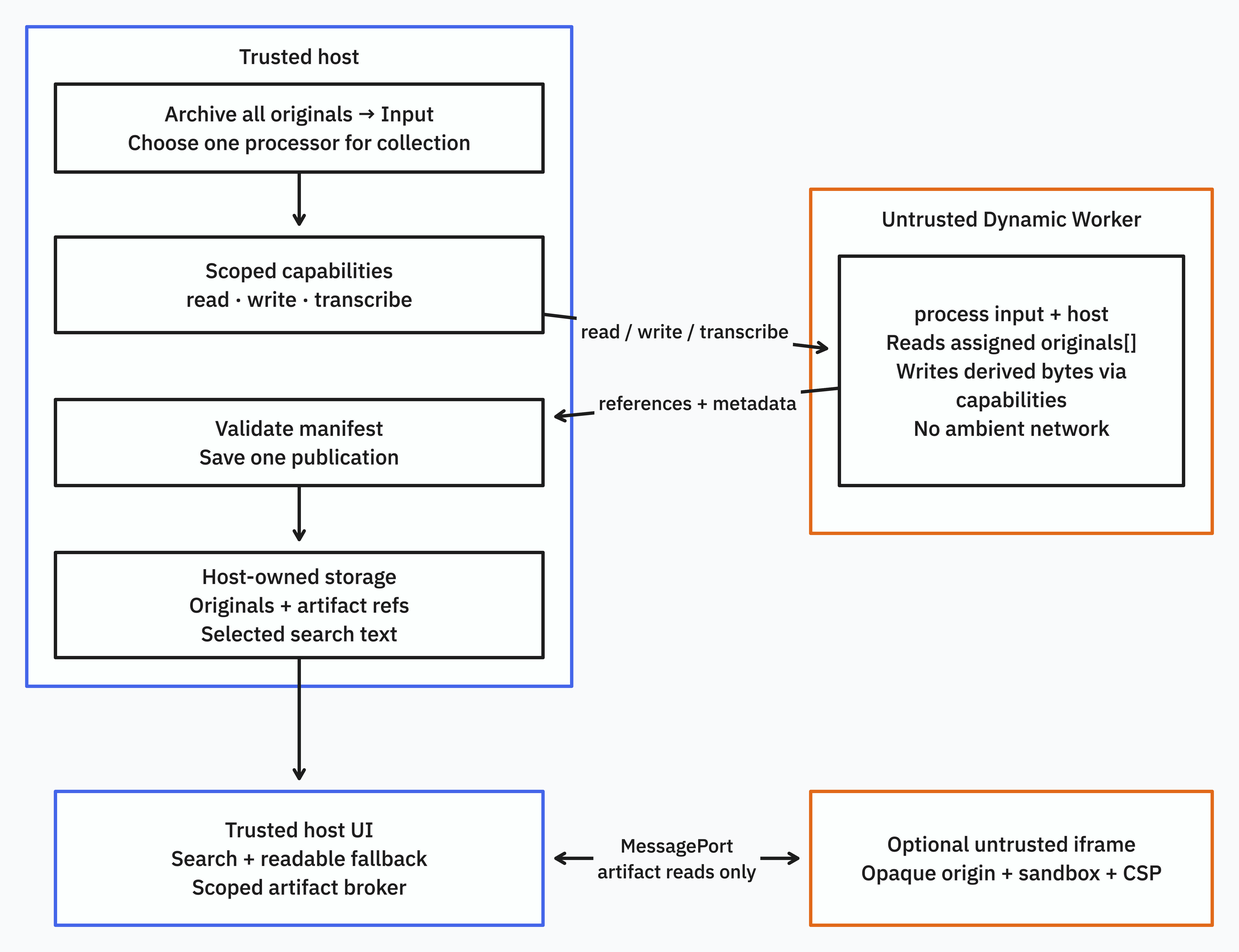
jmorrell/ubiquitous-carnival keeps this Mermaid diagram as docs/diagrams/authority-boundaries.png. Above is the earlier version. Its source is kept beside it as docs/diagrams/authority-boundaries.mmd.
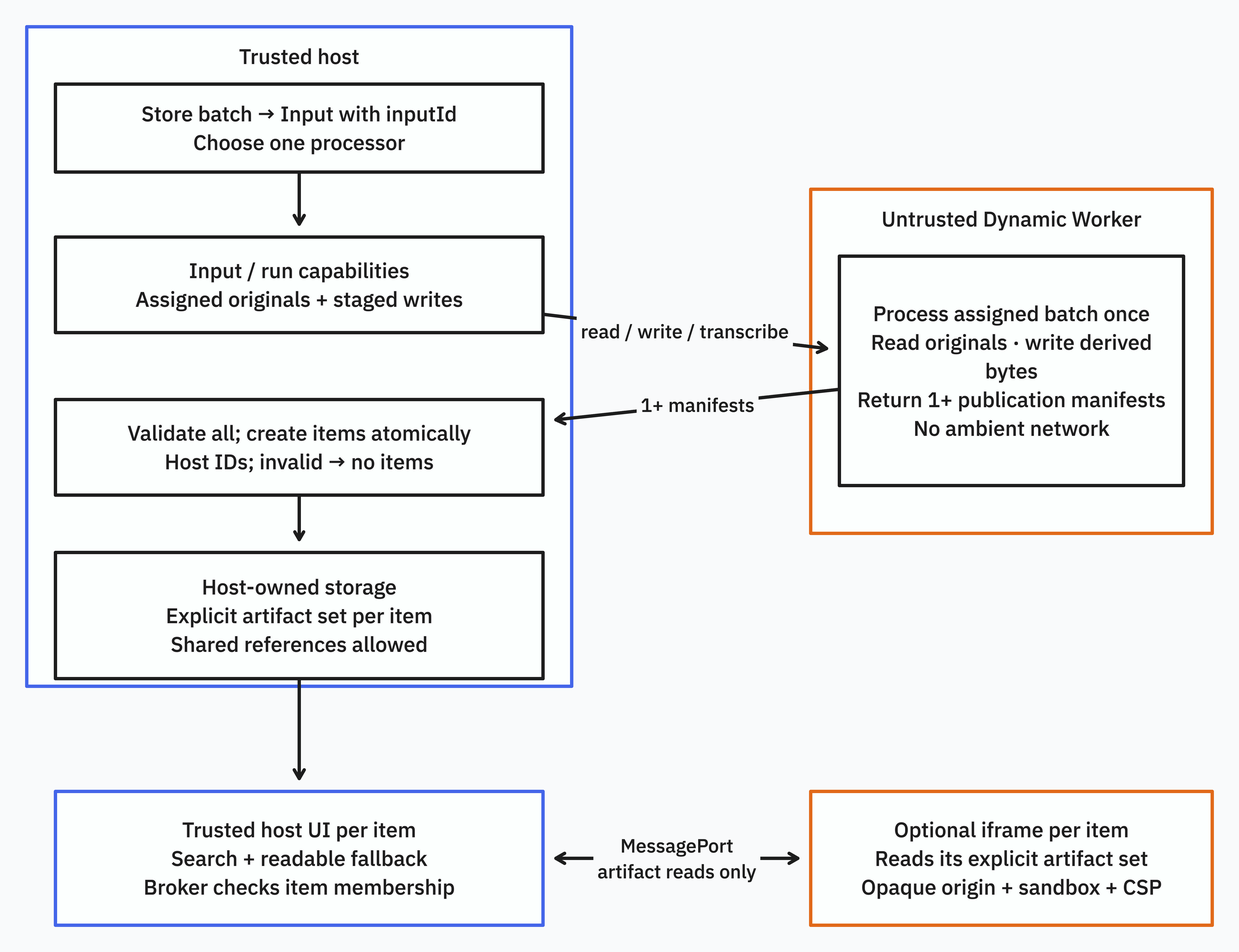
After the change.

What changed in the source:
```diff
@@ -3,23 +3,23 @@
     direction LR
     subgraph HOST[Trusted host]
       direction TB
-      A[Archive all originals → Input<br/>Choose one processor for collection]
-      C[Scoped capabilities<br/>read · write · transcribe]
-      V[Validate manifest<br/>Save one publication]
-      S[Host-owned storage<br/>Originals + artifact refs<br/>Selected search text]
+      A[Store batch → Input with inputId<br/>Choose one processor]
+      C[Input / run capabilities<br/>Assigned originals + staged writes]
+      V[Validate all; create items atomically<br/>Host IDs; invalid → no items]
+      S[Host-owned storage<br/>Explicit artifact set per item<br/>Shared references allowed]
       A --> C
       V --> S
     end
     subgraph WORKER[Untrusted Dynamic Worker]
-      P[process input + host<br/>Reads assigned originals array<br/>Writes derived bytes via capabilities<br/>No ambient network]
+      P[Process assigned batch once<br/>Read originals · write derived bytes<br/>Return 1+ publication manifests<br/>No ambient network]
     end
-    C -->|capability calls| P
-    P -->|references + metadata| V
+    C -->|read / write / transcribe| P
+    P -->|1+ manifests| V
   end
   subgraph FRONT[Viewing boundary]
     direction LR
-    U[Trusted host UI<br/>Search + readable fallback<br/>Scoped artifact broker]
-    I[Optional untrusted iframe<br/>Opaque origin + sandbox + CSP]
+    U[Trusted host UI per item<br/>Search + readable fallback<br/>Broker checks item membership]
+    I[Optional iframe per item<br/>Reads its explicit artifact set<br/>Opaque origin + sandbox + CSP]
     U <-->|MessagePort: artifact reads only| I
   end
   S --> U
```
